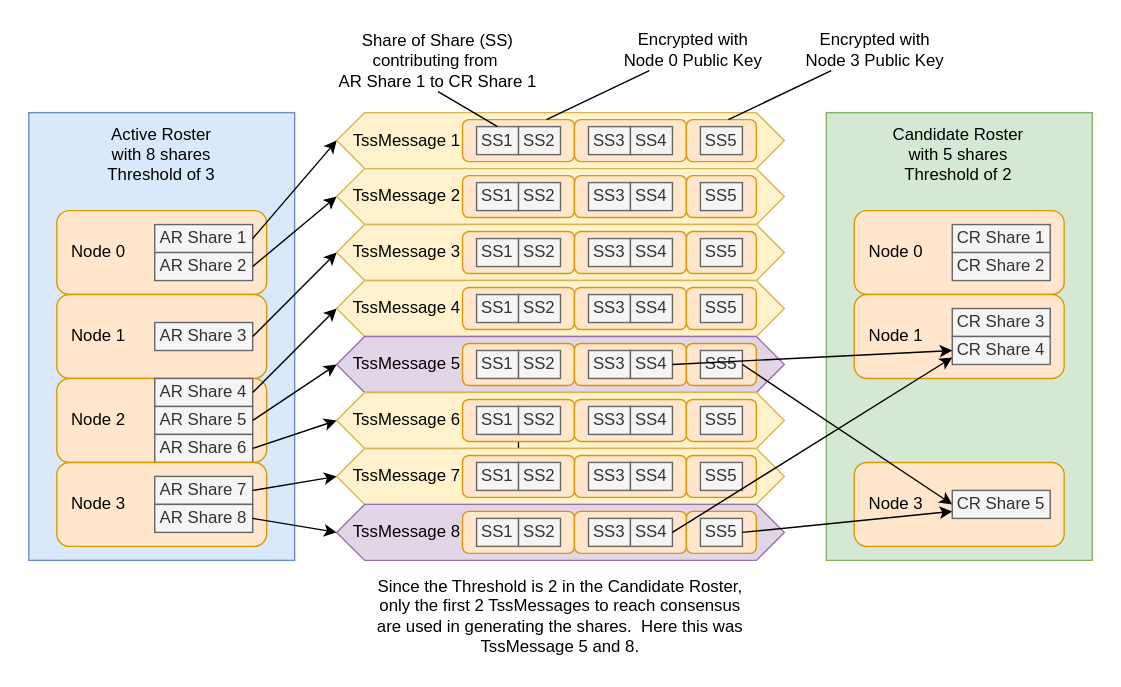
Before: platform-sdk/docs/proposals/TSS-Ledger-Id/Groth21-re-keying-shares-of-shares.drawio.svg, a diagram exported from draw.io (hashgraph/hedera-services). Source tidied: cells renumbered, new cells last; positions are measured from the earlier drawing's top-left corner, leaving out a move shared by most shapes.
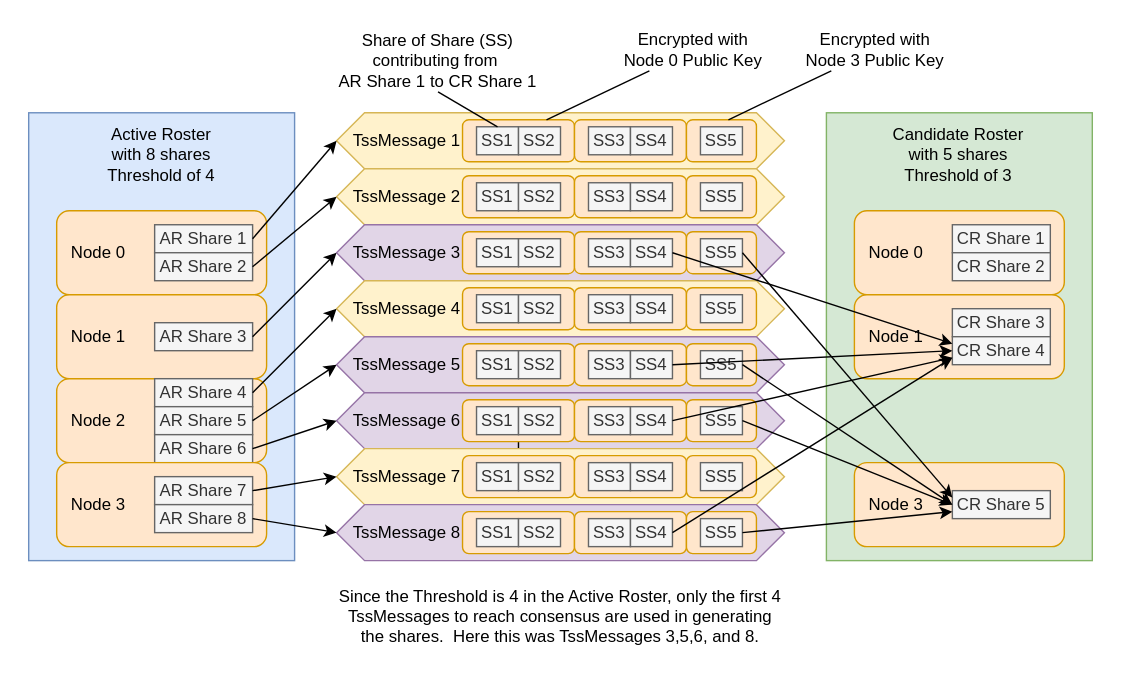
The same file after the commit.

What changed in the source:
```diff
@@ -59,7 +59,7 @@
     <mxCell id="20" value="AR Share 8" style="rounded=0;whiteSpace=wrap;html=1;fillColor=#f5f5f5;fontColor=#333333;strokeColor=#666666;" parent="1" vertex="1">
       <mxGeometry x="90" y="340" width="70" height="20" as="geometry" />
     </mxCell>
-    <mxCell id="21" value="Active Roster with 8 shares&lt;div&gt;Threshold of 3&lt;/div&gt;" style="text;html=1;align=center;verticalAlign=middle;whiteSpace=wrap;rounded=0;" parent="1" vertex="1">
+    <mxCell id="21" value="Active Roster with 8 shares&lt;div&gt;Threshold of 4&lt;/div&gt;" style="text;html=1;align=center;verticalAlign=middle;whiteSpace=wrap;rounded=0;" parent="1" vertex="1">
       <mxGeometry x="55" y="70" width="80" height="40" as="geometry" />
     </mxCell>
     <mxCell id="22" style="rounded=1;whiteSpace=wrap;html=1;fillColor=#ffe6cc;strokeColor=#d79b00;" parent="1" vertex="1">
@@ -92,7 +92,7 @@
     <mxCell id="31" value="Node 3" style="text;html=1;align=center;verticalAlign=middle;whiteSpace=wrap;rounded=0;" parent="1" vertex="1">
       <mxGeometry x="590" y="325" width="60" height="30" as="geometry" />
     </mxCell>
-    <mxCell id="32" value="Candidate Roster with 5 shares&lt;div&gt;Threshold of 2&lt;/div&gt;" style="text;html=1;align=center;verticalAlign=middle;whiteSpace=wrap;rounded=0;" parent="1" vertex="1">
+    <mxCell id="32" value="Candidate Roster with 5 shares&lt;div&gt;Threshold of 3&lt;/div&gt;" style="text;html=1;align=center;verticalAlign=middle;whiteSpace=wrap;rounded=0;" parent="1" vertex="1">
       <mxGeometry x="612.5" y="70" width="105" height="40" as="geometry" />
     </mxCell>
     <mxCell id="33" value="&amp;nbsp; &amp;nbsp;TssMessage 1" style="shape=hexagon;perimeter=hexagonPerimeter2;whiteSpace=wrap;html=1;fixedSize=1;align=left;fillColor=#fff2cc;strokeColor=#d6b656;" parent="1" vertex="1">
@@ -149,7 +149,7 @@
     <mxCell id="50" value="SS5" style="rounded=0;whiteSpace=wrap;html=1;fillColor=#f5f5f5;fontColor=#333333;strokeColor=#666666;" parent="1" vertex="1">
       <mxGeometry x="480" y="110" width="30" height="20" as="geometry" />
     </mxCell>
-    <mxCell id="51" value="&amp;nbsp; &amp;nbsp;TssMessage 3" style="shape=hexagon;perimeter=hexagonPerimeter2;whiteSpace=wrap;html=1;fixedSize=1;align=left;fillColor=#fff2cc;strokeColor=#d6b656;" parent="1" vertex="1">
+    <mxCell id="51" value="&amp;nbsp; &amp;nbsp;TssMessage 3" style="shape=hexagon;perimeter=hexagonPerimeter2;whiteSpace=wrap;html=1;fixedSize=1;align=left;fillColor=#e1d5e7;strokeColor=#9673a6;" parent="1" vertex="1">
       <mxGeometry x="220" y="140" width="320" height="40" as="geometry" />
     </mxCell>
     <mxCell id="52" style="rounded=1;whiteSpace=wrap;html=1;fillColor=#ffe6cc;strokeColor=#d79b00;" parent="1" vertex="1">
@@ -230,7 +230,7 @@
     <mxCell id="77" value="SS5" style="rounded=0;whiteSpace=wrap;html=1;fillColor=#f5f5f5;fontColor=#333333;strokeColor=#666666;" parent="1" vertex="1">
       <mxGeometry x="480" y="230" width="30" height="20" as="geometry" />
     </mxCell>
-    <mxCell id="78" value="&amp;nbsp; &amp;nbsp;TssMessage 6" style="shape=hexagon;perimeter=hexagonPerimeter2;whiteSpace=wrap;html=1;fixedSize=1;align=left;fillColor=#fff2cc;strokeColor=#d6b656;" parent="1" vertex="1">
+    <mxCell id="78" value="&amp;nbsp; &amp;nbsp;TssMessage 6" style="shape=hexagon;perimeter=hexagonPerimeter2;whiteSpace=wrap;html=1;fixedSize=1;align=left;fillColor=#e1d5e7;strokeColor=#9673a6;" parent="1" vertex="1">
       <mxGeometry x="220" y="260" width="320" height="40" as="geometry" />
     </mxCell>
     <mxCell id="79" style="edgeStyle=orthogonalEdgeStyle;rounded=0;jettySize=auto;html=1;" parent="1" edge="1" source="80" target="88">
@@ -362,8 +362,8 @@
     <mxCell id="121" value="Encrypted with Node 0 Public Key" style="text;html=1;align=center;verticalAlign=middle;whiteSpace=wrap;rounded=0;" parent="1" vertex="1">
       <mxGeometry x="420" width="110" height="30" as="geometry" />
     </mxCell>
-    <mxCell id="122" value="Since the Threshold is 2 in the Candidate Roster, only the first 2 TssMessages to reach consensus are used in generating the shares.&amp;nbsp; Here this was TssMessage 5 and 8." style="text;html=1;align=center;verticalAlign=middle;whiteSpace=wrap;rounded=0;" parent="1" vertex="1">
-      <mxGeometry x="240" y="390" width="280" height="60" as="geometry" />
+    <mxCell id="122" value="Since the Threshold is 4 in the Active Roster, only the first 4 TssMessages to reach consensus are used in generating the shares.&amp;nbsp; Here this was TssMessages 3,5,6, and 8." style="text;html=1;align=center;verticalAlign=middle;whiteSpace=wrap;rounded=0;" parent="1" vertex="1">
+      <mxGeometry x="220" y="390" width="320" height="60" as="geometry" />
     </mxCell>
     <mxCell id="123" style="endArrow=none;html=1;rounded=0;exitX=0.75;exitY=0;exitDx=0;exitDy=0;" parent="1" edge="1" target="124">
       <mxGeometry relative="1" as="geometry">
@@ -373,5 +373,17 @@
     <mxCell id="124" value="Encrypted with Node 3 Public Key" style="text;html=1;align=center;verticalAlign=middle;whiteSpace=wrap;rounded=0;" parent="1" vertex="1">
       <mxGeometry x="550" width="110" height="30" as="geometry" />
     </mxCell>
+    <mxCell id="125" style="endArrow=classic;html=1;rounded=0;entryX=0;entryY=0.25;entryDx=0;entryDy=0;exitX=1;exitY=0.5;exitDx=0;exitDy=0;" parent="1" edge="1" source="57" target="29">
+      <mxGeometry relative="1" as="geometry" />
+    </mxCell>
+    <mxCell id="126" style="endArrow=classic;html=1;rounded=0;exitX=1;exitY=0.5;exitDx=0;exitDy=0;entryX=0;entryY=0.25;entryDx=0;entryDy=0;" parent="1" edge="1" source="59" target="30">
+      <mxGeometry relative="1" as="geometry" />
+    </mxCell>
+    <mxCell id="127" style="endArrow=classic;html=1;rounded=0;exitX=1;exitY=0.5;exitDx=0;exitDy=0;entryX=0;entryY=0.5;entryDx=0;entryDy=0;" parent="1" edge="1" source="87" target="30">
+      <mxGeometry relative="1" as="geometry" />
+    </mxCell>
+    <mxCell id="128" style="endArrow=classic;html=1;rounded=0;exitX=1;exitY=0.5;exitDx=0;exitDy=0;entryX=0;entryY=0.75;entryDx=0;entryDy=0;" parent="1" edge="1" source="85" target="29">
+      <mxGeometry relative="1" as="geometry" />
+    </mxCell>
   </root>
 </mxGraphModel>
```
